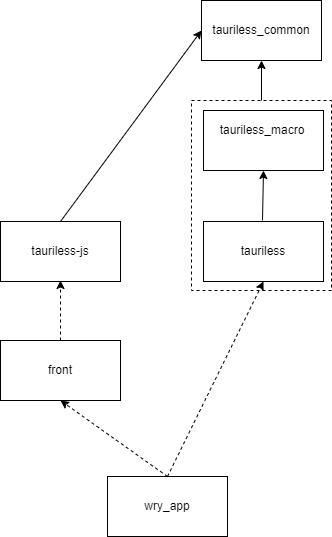
Before: dependency-tree.draw.io.png, a diagram exported from draw.io (JohnScience/tauriless). Source tidied: cells renumbered, new cells last; positions are measured from the earlier drawing's top-left corner, leaving out a move shared by most shapes.
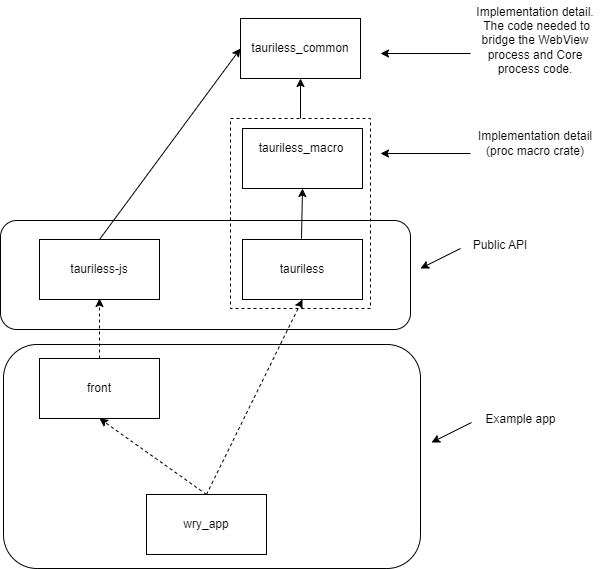
Above is the later version.

Commit message:
Updated the dependency tree diagram

The edit, as a diff of the source:
```diff
@@ -65,5 +65,47 @@
     <mxCell id="20" style="rounded=0;whiteSpace=wrap;html=1;fillColor=none;dashed=1;" parent="1" vertex="1">
       <mxGeometry x="191" y="100" width="140" height="190" as="geometry" />
     </mxCell>
+    <mxCell id="21" style="rounded=1;whiteSpace=wrap;html=1;fillColor=none;" parent="1" vertex="1">
+      <mxGeometry x="-39" y="202" width="410" height="109" as="geometry" />
+    </mxCell>
+    <mxCell id="22" style="endArrow=classic;html=1;" parent="1" edge="1">
+      <mxGeometry relative="1" as="geometry">
+        <mxPoint x="421" y="230" as="sourcePoint" />
+        <mxPoint x="381" y="250" as="targetPoint" />
+      </mxGeometry>
+    </mxCell>
+    <mxCell id="23" value="Public API" style="text;html=1;strokeColor=none;fillColor=none;align=center;verticalAlign=middle;whiteSpace=wrap;rounded=0;" parent="1" vertex="1">
+      <mxGeometry x="431" y="212" width="60" height="30" as="geometry" />
+    </mxCell>
+    <mxCell id="24" style="endArrow=classic;html=1;" parent="1" edge="1">
+      <mxGeometry relative="1" as="geometry">
+        <mxPoint x="431" y="135" as="sourcePoint" />
+        <mxPoint x="341" y="135" as="targetPoint" />
+      </mxGeometry>
+    </mxCell>
+    <mxCell id="25" value="Implementation detail (proc macro crate)" style="text;html=1;strokeColor=none;fillColor=none;align=center;verticalAlign=middle;whiteSpace=wrap;rounded=0;" parent="1" vertex="1">
+      <mxGeometry x="431" y="110" width="130" height="30" as="geometry" />
+    </mxCell>
+    <mxCell id="26" style="rounded=1;whiteSpace=wrap;html=1;fillColor=none;" parent="1" vertex="1">
+      <mxGeometry x="-36" y="326" width="417" height="224" as="geometry" />
+    </mxCell>
+    <mxCell id="27" style="endArrow=classic;html=1;" parent="1" edge="1">
+      <mxGeometry relative="1" as="geometry">
+        <mxPoint x="432" y="404" as="sourcePoint" />
+        <mxPoint x="392" y="424" as="targetPoint" />
+      </mxGeometry>
+    </mxCell>
+    <mxCell id="28" value="Example app" style="text;html=1;strokeColor=none;fillColor=none;align=center;verticalAlign=middle;whiteSpace=wrap;rounded=0;" parent="1" vertex="1">
+      <mxGeometry x="442" y="386" width="79" height="30" as="geometry" />
+    </mxCell>
+    <mxCell id="29" style="endArrow=classic;html=1;" parent="1" edge="1">
+      <mxGeometry relative="1" as="geometry">
+        <mxPoint x="431" y="35" as="sourcePoint" />
+        <mxPoint x="341" y="35" as="targetPoint" />
+      </mxGeometry>
+    </mxCell>
+    <mxCell id="30" value="Implementation detail.&lt;br&gt;&amp;nbsp;The code needed to bridge the WebView process and Core process code." style="text;html=1;strokeColor=none;fillColor=none;align=center;verticalAlign=middle;whiteSpace=wrap;rounded=0;" parent="1" vertex="1">
+      <mxGeometry x="431" y="-18" width="130" height="80" as="geometry" />
+    </mxCell>
   </root>
 </mxGraphModel>
```
